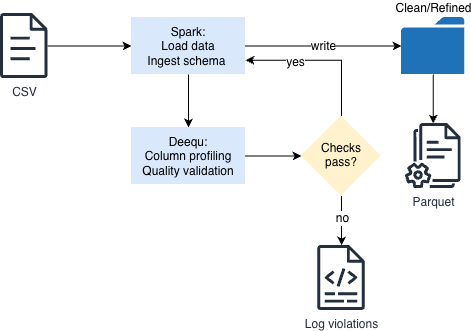
This is images/blueprint.png from russochecco/deequ-pyspark-dq, a draw.io export, as it was before one commit. Source tidied: cells renumbered, new cells last; positions are measured from the earlier drawing's top-left corner, leaving out a move shared by most shapes. The source it was exported from:
```xml
<mxGraphModel>
  <root>
    <mxCell id="0" />
    <mxCell id="1" parent="0" />
    <mxCell id="2" style="edgeStyle=orthogonalEdgeStyle;rounded=0;jettySize=auto;html=1;fontSize=12;" parent="1" edge="1" source="18" target="6">
      <mxGeometry x="0.56" relative="1" as="geometry" />
    </mxCell>
    <mxCell id="3" style="edgeStyle=orthogonalEdgeStyle;rounded=0;jettySize=auto;html=1;fontSize=12;" parent="1" edge="1" source="6" target="8">
      <mxGeometry relative="1" as="geometry" />
    </mxCell>
    <mxCell id="4" style="edgeStyle=orthogonalEdgeStyle;rounded=0;jettySize=auto;html=1;fontSize=12;" parent="1" edge="1" source="6" target="17">
      <mxGeometry x="-0.27" relative="1" as="geometry" />
    </mxCell>
    <mxCell id="5" value="write" style="edgeLabel;html=1;align=center;verticalAlign=middle;fontSize=12;" parent="4" vertex="1">
      <mxGeometry x="-0.32" y="1" relative="1" as="geometry">
        <mxPoint x="24" y="1" as="offset" />
      </mxGeometry>
    </mxCell>
    <mxCell id="6" value="Spark:&lt;div&gt;Load data&lt;br&gt;&lt;div&gt;Ingest schema&amp;nbsp;&lt;/div&gt;&lt;/div&gt;" style="rounded=0;whiteSpace=wrap;html=1;strokeColor=none;fillColor=#dae8fc;align=center;verticalAlign=middle;fontSize=12;" parent="1" vertex="1">
      <mxGeometry x="131" y="4" width="114" height="57" as="geometry" />
    </mxCell>
    <mxCell id="7" style="edgeStyle=orthogonalEdgeStyle;rounded=0;jettySize=auto;html=1;fontSize=12;" parent="1" edge="1" source="8" target="13">
      <mxGeometry relative="1" as="geometry" />
    </mxCell>
    <mxCell id="8" value="Deequ:&lt;div&gt;Column profiling&lt;/div&gt;&lt;div&gt;Quality validation&lt;/div&gt;" style="rounded=0;whiteSpace=wrap;html=1;strokeColor=none;fillColor=#dae8fc;align=center;verticalAlign=middle;fontSize=12;" parent="1" vertex="1">
      <mxGeometry x="131" y="114" width="114" height="57" as="geometry" />
    </mxCell>
    <mxCell id="9" style="edgeStyle=orthogonalEdgeStyle;rounded=0;jettySize=auto;html=1;fontSize=12;" parent="1" edge="1" source="13" target="14">
      <mxGeometry x="-0.96" relative="1" as="geometry" />
    </mxCell>
    <mxCell id="10" value="no" style="edgeLabel;html=1;align=center;verticalAlign=middle;fontSize=12;" parent="9" vertex="1">
      <mxGeometry x="-0.85" y="-1" relative="1" as="geometry">
        <mxPoint x="1" y="18" as="offset" />
      </mxGeometry>
    </mxCell>
    <mxCell id="11" style="edgeStyle=orthogonalEdgeStyle;rounded=0;jettySize=auto;html=1;entryX=1;entryY=0.75;entryDx=0;entryDy=0;exitX=0.5;exitY=0;exitDx=0;exitDy=0;fontSize=12;" parent="1" edge="1" source="13" target="6">
      <mxGeometry relative="1" as="geometry" />
    </mxCell>
    <mxCell id="12" value="yes" style="edgeLabel;html=1;align=center;verticalAlign=middle;fontSize=12;" parent="11" vertex="1">
      <mxGeometry x="0.13" y="2" relative="1" as="geometry">
        <mxPoint x="-16" as="offset" />
      </mxGeometry>
    </mxCell>
    <mxCell id="13" value="Checks pass?" style="rhombus;whiteSpace=wrap;html=1;shapeInside=1;fillColor=#fff2cc;strokeColor=none;fontSize=12;verticalAlign=middle;" parent="1" vertex="1">
      <mxGeometry x="301" y="102.5" width="80" height="80" as="geometry" />
    </mxCell>
    <mxCell id="14" value="Log violations" style="sketch=0;outlineConnect=0;fontColor=#232F3E;gradientColor=none;fillColor=#232F3D;strokeColor=none;dashed=0;verticalLabelPosition=bottom;verticalAlign=top;align=center;html=1;fontSize=12;fontStyle=0;shape=mxgraph.aws4.logs;" parent="1" vertex="1">
      <mxGeometry x="317.2" y="232" width="47.5" height="65" as="geometry" />
    </mxCell>
    <mxCell id="15" style="edgeStyle=orthogonalEdgeStyle;rounded=0;jettySize=auto;html=1;" parent="1" edge="1" source="17" target="16">
      <mxGeometry x="0.15" relative="1" as="geometry" />
    </mxCell>
    <mxCell id="16" value="Parquet" style="sketch=0;outlineConnect=0;fontColor=#232F3E;gradientColor=none;fillColor=#232F3D;strokeColor=none;dashed=0;verticalLabelPosition=bottom;verticalAlign=top;align=center;html=1;fontSize=12;fontStyle=0;shape=mxgraph.aws4.documents2;" parent="1" vertex="1">
      <mxGeometry x="404.8" y="110" width="55.8" height="65" as="geometry" />
    </mxCell>
    <mxCell id="17" value="Clean/Refined" style="sketch=0;shadow=0;dashed=0;html=1;strokeColor=none;labelPosition=center;verticalLabelPosition=top;verticalAlign=bottom;outlineConnect=0;align=center;shape=mxgraph.office.concepts.folder;fillColor=#2072B8;" parent="1" vertex="1">
      <mxGeometry x="401" y="4" width="63.3" height="57" as="geometry" />
    </mxCell>
    <mxCell id="18" value="CSV" style="sketch=0;outlineConnect=0;fontColor=#232F3E;gradientColor=none;fillColor=#232F3D;strokeColor=none;dashed=0;verticalLabelPosition=bottom;verticalAlign=top;align=center;html=1;fontSize=12;fontStyle=0;shape=mxgraph.aws4.document;" parent="1" vertex="1">
      <mxGeometry width="47.5" height="65" as="geometry" />
    </mxCell>
  </root>
</mxGraphModel>
```
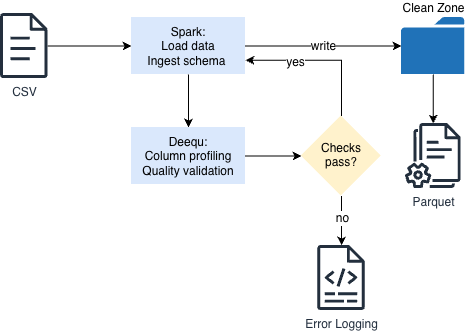
After the commit.

What changed in the source:
```diff
@@ -44,7 +44,7 @@
     <mxCell id="13" value="Checks pass?" style="rhombus;whiteSpace=wrap;html=1;shapeInside=1;fillColor=#fff2cc;strokeColor=none;fontSize=12;verticalAlign=middle;" parent="1" vertex="1">
       <mxGeometry x="301" y="102.5" width="80" height="80" as="geometry" />
     </mxCell>
-    <mxCell id="14" value="Log violations" style="sketch=0;outlineConnect=0;fontColor=#232F3E;gradientColor=none;fillColor=#232F3D;strokeColor=none;dashed=0;verticalLabelPosition=bottom;verticalAlign=top;align=center;html=1;fontSize=12;fontStyle=0;shape=mxgraph.aws4.logs;" parent="1" vertex="1">
+    <mxCell id="14" value="Error Logging" style="sketch=0;outlineConnect=0;fontColor=#232F3E;gradientColor=none;fillColor=#232F3D;strokeColor=none;dashed=0;verticalLabelPosition=bottom;verticalAlign=top;align=center;html=1;fontSize=12;fontStyle=0;shape=mxgraph.aws4.logs;" parent="1" vertex="1">
       <mxGeometry x="317.2" y="232" width="47.5" height="65" as="geometry" />
     </mxCell>
     <mxCell id="15" style="edgeStyle=orthogonalEdgeStyle;rounded=0;jettySize=auto;html=1;" parent="1" edge="1" source="17" target="16">
@@ -53,7 +53,7 @@
     <mxCell id="16" value="Parquet" style="sketch=0;outlineConnect=0;fontColor=#232F3E;gradientColor=none;fillColor=#232F3D;strokeColor=none;dashed=0;verticalLabelPosition=bottom;verticalAlign=top;align=center;html=1;fontSize=12;fontStyle=0;shape=mxgraph.aws4.documents2;" parent="1" vertex="1">
       <mxGeometry x="404.8" y="110" width="55.8" height="65" as="geometry" />
     </mxCell>
-    <mxCell id="17" value="Clean/Refined" style="sketch=0;shadow=0;dashed=0;html=1;strokeColor=none;labelPosition=center;verticalLabelPosition=top;verticalAlign=bottom;outlineConnect=0;align=center;shape=mxgraph.office.concepts.folder;fillColor=#2072B8;" parent="1" vertex="1">
+    <mxCell id="17" value="Clean Zone" style="sketch=0;shadow=0;dashed=0;html=1;strokeColor=none;labelPosition=center;verticalLabelPosition=top;verticalAlign=bottom;outlineConnect=0;align=center;shape=mxgraph.office.concepts.folder;fillColor=#2072B8;" parent="1" vertex="1">
       <mxGeometry x="401" y="4" width="63.3" height="57" as="geometry" />
     </mxCell>
     <mxCell id="18" value="CSV" style="sketch=0;outlineConnect=0;fontColor=#232F3E;gradientColor=none;fillColor=#232F3D;strokeColor=none;dashed=0;verticalLabelPosition=bottom;verticalAlign=top;align=center;html=1;fontSize=12;fontStyle=0;shape=mxgraph.aws4.document;" parent="1" vertex="1">
```
